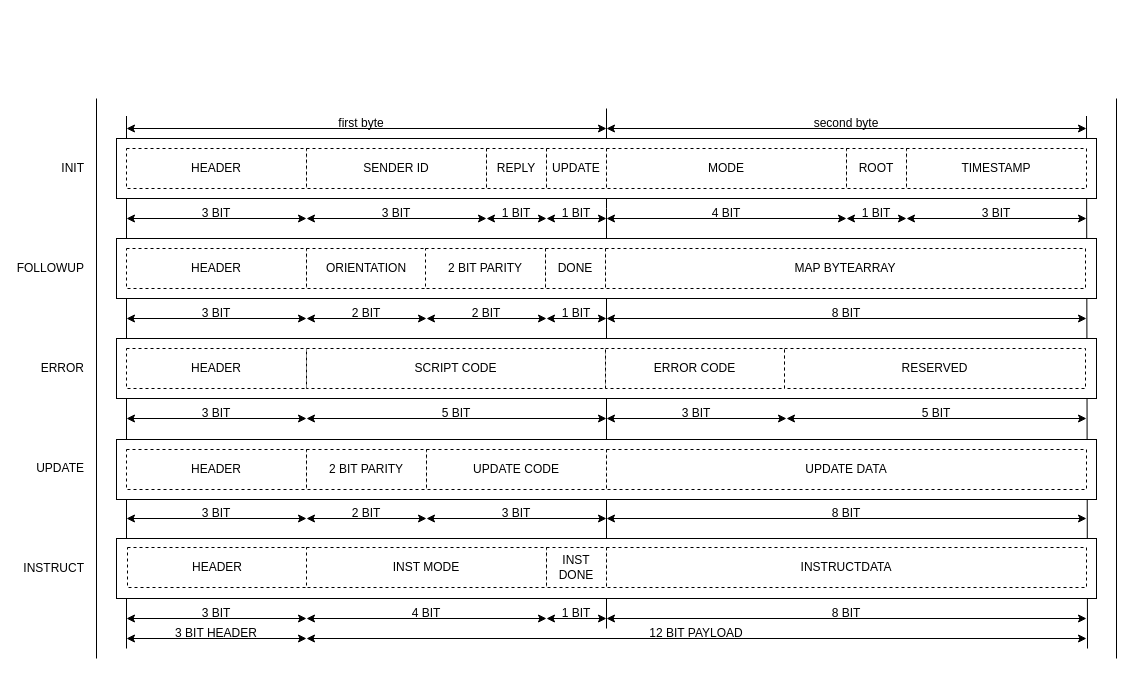
This is diagramsDrawio/msgArchitecture.drawio from SophiagDotart/puzzlingRobots, a draw.io file, before an edit. Source tidied: cells renumbered, new cells numbered last; positions are measured from the earlier drawing's top-left corner, leaving out a move shared by most shapes. Both pictures are drawn from the tidied source at 100%, with x=0, y=0 at pixel (26, 98).
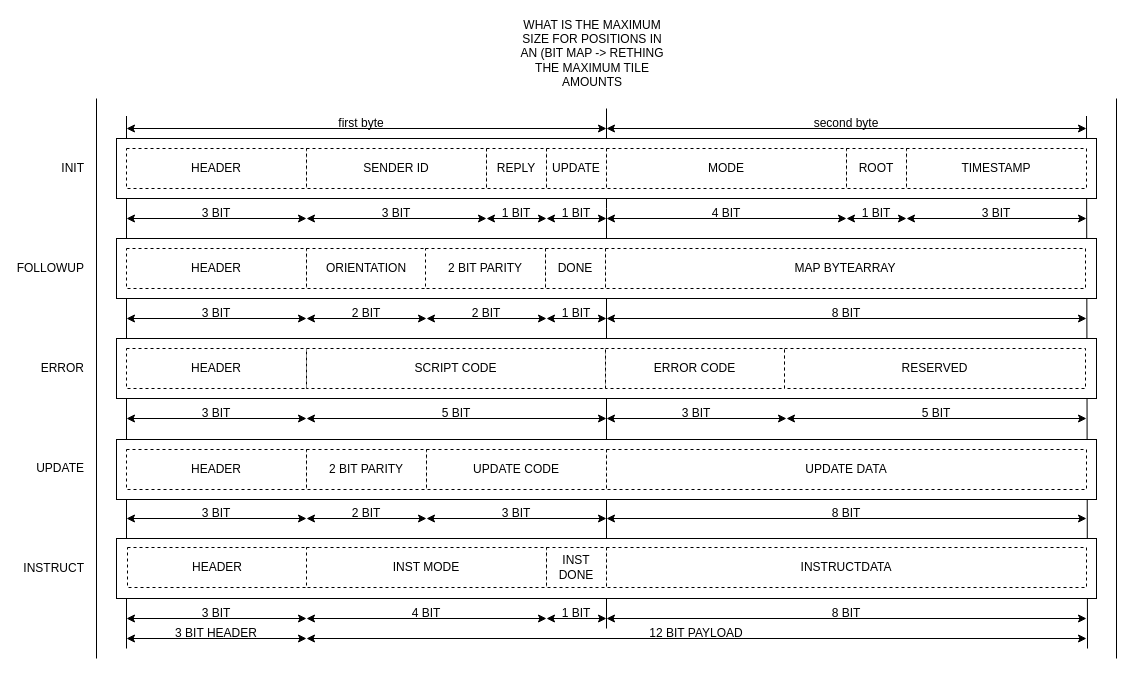
The same page after the edit.

The edit, as a diff of the source:
```diff
@@
+    <mxCell id="129" value="WHAT IS THE MAXIMUM SIZE FOR POSITIONS IN AN (BIT MAP -&amp;gt; RETHING THE MAXIMUM TILE AMOUNTS" style="text;html=1;align=center;verticalAlign=middle;whiteSpace=wrap;rounded=0;" parent="1" vertex="1">
+      <mxGeometry x="491" y="-60" width="150" height="30" as="geometry" />
+    </mxCell>
```
